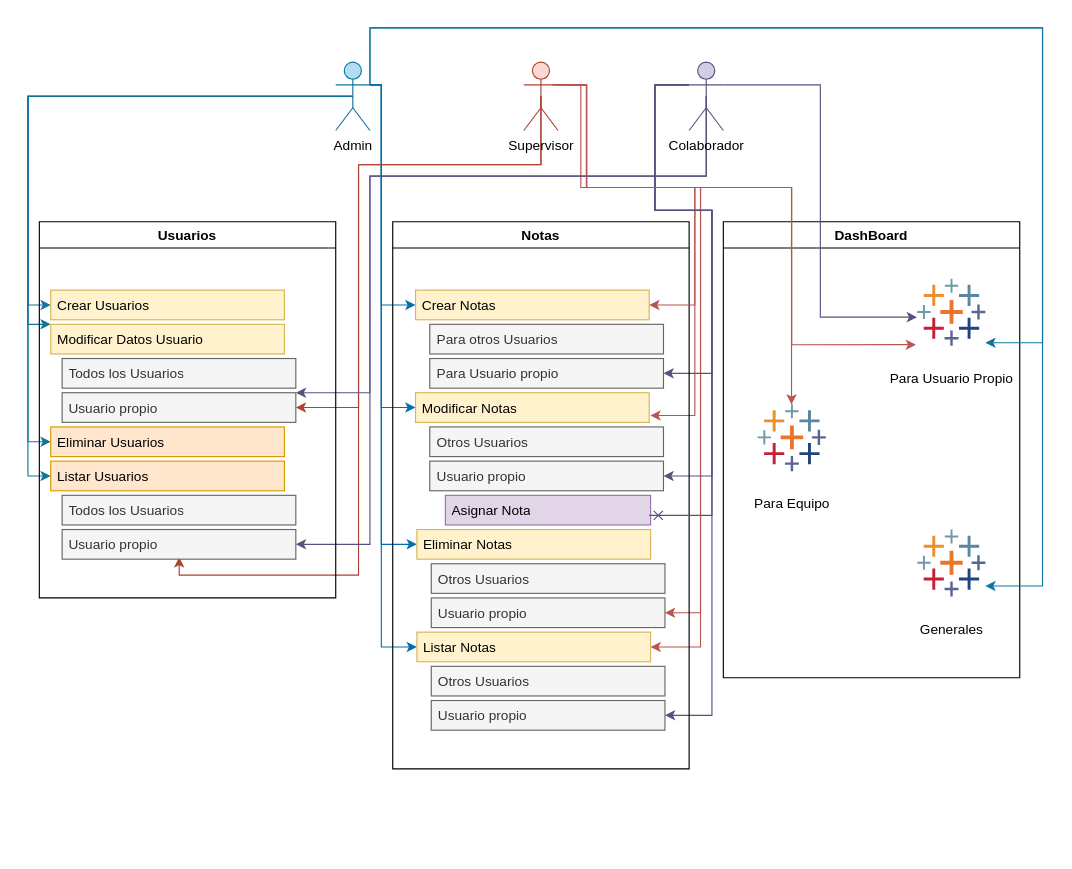
The draw.io diagram config/todoApp++.drawio in DANIELNAHUN/todo-app-, before the edit. Source tidied: cells renumbered, new cells numbered last; positions are measured from the earlier drawing's top-left corner, leaving out a move shared by most shapes. Both pictures are drawn from the tidied source at 114%, with x=0, y=0 at pixel (27, 27).
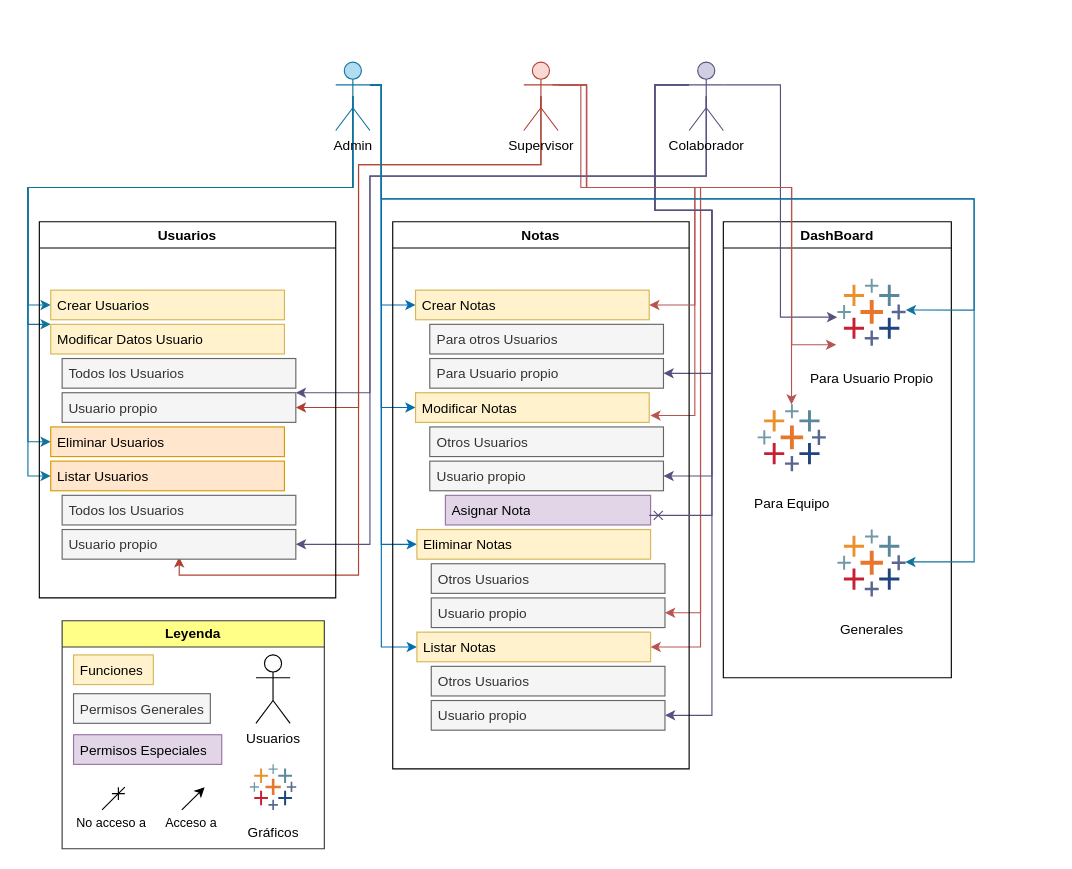
The same page after the edit.

The change refers to these unchanged cells:
```xml
<mxCell id="10" value="Admin" style="shape=umlActor;verticalLabelPosition=bottom;verticalAlign=top;html=1;outlineConnect=0;fillColor=#b1ddf0;strokeColor=#10739e;" parent="1" vertex="1">
  <mxGeometry x="270" y="30" width="30" height="60" as="geometry" />
</mxCell>
<mxCell id="24" value="Crear Usuarios" style="text;strokeColor=#d6b656;fillColor=#fff2cc;align=left;verticalAlign=top;spacingLeft=4;spacingRight=4;overflow=hidden;points=[[0,0.5],[1,0.5]];portConstraint=eastwest;whiteSpace=wrap;html=1;" parent="23" vertex="1">
  <mxGeometry x="10" y="60" width="205" height="26" as="geometry" />
</mxCell>
<mxCell id="25" value="Modificar Datos Usuario" style="text;align=left;verticalAlign=top;spacingLeft=4;spacingRight=4;overflow=hidden;points=[[0,0.5],[1,0.5]];portConstraint=eastwest;whiteSpace=wrap;html=1;fillColor=#fff2cc;strokeColor=#d6b656;" parent="23" vertex="1">
  <mxGeometry x="10" y="90" width="205" height="26" as="geometry" />
</mxCell>
<mxCell id="26" value="Eliminar Usuarios" style="text;strokeColor=#d79b00;fillColor=#ffe6cc;align=left;verticalAlign=top;spacingLeft=4;spacingRight=4;overflow=hidden;points=[[0,0.5],[1,0.5]];portConstraint=eastwest;whiteSpace=wrap;html=1;" parent="23" vertex="1">
  <mxGeometry x="10" y="180" width="205" height="26" as="geometry" />
</mxCell>
<mxCell id="27" value="Listar Usuarios" style="text;strokeColor=#d79b00;fillColor=#ffe6cc;align=left;verticalAlign=top;spacingLeft=4;spacingRight=4;overflow=hidden;points=[[0,0.5],[1,0.5]];portConstraint=eastwest;whiteSpace=wrap;html=1;" parent="23" vertex="1">
  <mxGeometry x="10" y="210" width="205" height="26" as="geometry" />
</mxCell>
```

What changed in the source:
```diff
@@
     <mxCell id="2" style="edgeStyle=orthogonalEdgeStyle;rounded=0;jettySize=auto;html=1;exitX=0.5;exitY=0.5;exitDx=0;exitDy=0;exitPerimeter=0;entryX=0;entryY=0.5;entryDx=0;entryDy=0;fillColor=#b1ddf0;strokeColor=#10739e;" parent="1" edge="1" source="10" target="24">
       <mxGeometry relative="1" as="geometry">
         <Array as="points">
-          <mxPoint y="60" />
+          <mxPoint x="285" y="140" />
+          <mxPoint y="140" />
           <mxPoint y="243" />
         </Array>
       </mxGeometry>
     </mxCell>
     <mxCell id="3" style="edgeStyle=orthogonalEdgeStyle;rounded=0;jettySize=auto;html=1;exitX=0.5;exitY=0.5;exitDx=0;exitDy=0;exitPerimeter=0;fillColor=#b1ddf0;strokeColor=#10739e;" parent="1" edge="1" source="10" target="25">
       <mxGeometry relative="1" as="geometry">
         <Array as="points">
-          <mxPoint y="60" />
+          <mxPoint x="285" y="140" />
+          <mxPoint y="140" />
           <mxPoint y="260" />
         </Array>
       </mxGeometry>
     </mxCell>
     <mxCell id="4" style="edgeStyle=orthogonalEdgeStyle;rounded=0;jettySize=auto;html=1;exitX=0.5;exitY=0.5;exitDx=0;exitDy=0;exitPerimeter=0;entryX=0;entryY=0.5;entryDx=0;entryDy=0;fillColor=#b1ddf0;strokeColor=#10739e;" parent="1" edge="1" source="10" target="26">
       <mxGeometry relative="1" as="geometry">
         <Array as="points">
-          <mxPoint y="60" />
+          <mxPoint x="285" y="140" />
+          <mxPoint y="140" />
           <mxPoint y="363" />
         </Array>
       </mxGeometry>
     </mxCell>
     <mxCell id="5" style="edgeStyle=orthogonalEdgeStyle;rounded=0;jettySize=auto;html=1;exitX=0.5;exitY=0.5;exitDx=0;exitDy=0;exitPerimeter=0;fillColor=#b1ddf0;strokeColor=#10739e;entryX=0;entryY=0.5;entryDx=0;entryDy=0;" parent="1" edge="1" source="10" target="27">
       <mxGeometry relative="1" as="geometry">
         <Array as="points">
-          <mxPoint y="60" />
+          <mxPoint x="285" y="140" />
+          <mxPoint y="140" />
           <mxPoint y="393" />
         </Array>
       </mxGeometry>
     </mxCell>
@@
     <mxCell id="46" value="DashBoard" style="swimlane;" parent="1" vertex="1">
-      <mxGeometry x="610" y="170" width="260" height="400" as="geometry" />
+      <mxGeometry x="610" y="170" width="200" height="400" as="geometry" />
     </mxCell>
     <mxCell id="47" value="Para Usuario Propio" style="verticalLabelPosition=bottom;html=1;shape=mxgraph.salesforce.analytics;" parent="46" vertex="1">
-      <mxGeometry x="170" y="50" width="60" height="58.8" as="geometry" />
+      <mxGeometry x="100" y="50" width="60" height="58.8" as="geometry" />
     </mxCell>
@@
     <mxCell id="49" value="Generales" style="verticalLabelPosition=bottom;html=1;shape=mxgraph.salesforce.analytics;" parent="46" vertex="1">
-      <mxGeometry x="170" y="270" width="60" height="58.8" as="geometry" />
+      <mxGeometry x="100" y="270" width="60" height="58.8" as="geometry" />
     </mxCell>
@@
-    <mxCell id="55" style="edgeStyle=orthogonalEdgeStyle;rounded=0;jettySize=auto;html=1;exitX=1;exitY=0.3333333333333333;exitDx=0;exitDy=0;exitPerimeter=0;entryX=0.999;entryY=0.955;entryDx=0;entryDy=0;entryPerimeter=0;fillColor=#b1ddf0;strokeColor=#10739e;" parent="1" edge="1" source="10" target="47">
+    <mxCell id="55" style="edgeStyle=orthogonalEdgeStyle;rounded=0;jettySize=auto;html=1;exitX=1;exitY=0.3333333333333333;exitDx=0;exitDy=0;exitPerimeter=0;entryX=1.003;entryY=0.467;entryDx=0;entryDy=0;entryPerimeter=0;fillColor=#b1ddf0;strokeColor=#10739e;" parent="1" edge="1" source="10" target="47">
       <mxGeometry relative="1" as="geometry">
         <Array as="points">
-          <mxPoint x="300" />
-          <mxPoint x="890" />
-          <mxPoint x="890" y="276" />
+          <mxPoint x="310" y="50" />
+          <mxPoint x="310" y="150" />
+          <mxPoint x="830" y="150" />
+          <mxPoint x="830" y="247" />
+          <mxPoint x="770" y="247" />
         </Array>
       </mxGeometry>
     </mxCell>
-    <mxCell id="56" style="edgeStyle=orthogonalEdgeStyle;rounded=0;jettySize=auto;html=1;exitX=1;exitY=0.3333333333333333;exitDx=0;exitDy=0;exitPerimeter=0;entryX=0.999;entryY=0.842;entryDx=0;entryDy=0;entryPerimeter=0;fillColor=#b1ddf0;strokeColor=#10739e;" parent="1" edge="1" source="10" target="49">
+    <mxCell id="56" style="edgeStyle=orthogonalEdgeStyle;rounded=0;jettySize=auto;html=1;exitX=1;exitY=0.3333333333333333;exitDx=0;exitDy=0;exitPerimeter=0;entryX=0.995;entryY=0.483;entryDx=0;entryDy=0;entryPerimeter=0;fillColor=#b1ddf0;strokeColor=#10739e;" parent="1" edge="1" source="10" target="49">
       <mxGeometry relative="1" as="geometry">
         <Array as="points">
-          <mxPoint x="300" />
-          <mxPoint x="890" />
-          <mxPoint x="890" y="490" />
+          <mxPoint x="310" y="50" />
+          <mxPoint x="310" y="150" />
+          <mxPoint x="830" y="150" />
+          <mxPoint x="830" y="468" />
+          <mxPoint x="770" y="468" />
         </Array>
       </mxGeometry>
     </mxCell>
+    <mxCell id="57" value="Leyenda" style="swimlane;whiteSpace=wrap;html=1;fillColor=#ffff88;strokeColor=#36393d;gradientColor=none;swimlaneFillColor=none;" parent="1" vertex="1">
+      <mxGeometry x="30" y="520" width="230" height="200" as="geometry" />
+    </mxCell>
+    <mxCell id="58" value="Funciones" style="text;strokeColor=#d6b656;fillColor=#fff2cc;align=left;verticalAlign=top;spacingLeft=4;spacingRight=4;overflow=hidden;whiteSpace=wrap;html=1;" parent="57" vertex="1">
+      <mxGeometry x="10" y="30" width="70" height="26" as="geometry" />
+    </mxCell>
+    <mxCell id="59" value="Permisos Generales" style="text;strokeColor=#666666;fillColor=#f5f5f5;align=left;verticalAlign=top;spacingLeft=4;spacingRight=4;overflow=hidden;whiteSpace=wrap;html=1;fontColor=#333333;" parent="57" vertex="1">
+      <mxGeometry x="10" y="64" width="120" height="26" as="geometry" />
+    </mxCell>
+    <mxCell id="60" value="Permisos Especiales" style="text;strokeColor=#9673a6;fillColor=#e1d5e7;align=left;verticalAlign=top;spacingLeft=4;spacingRight=4;overflow=hidden;whiteSpace=wrap;html=1;" parent="57" vertex="1">
+      <mxGeometry x="10" y="100" width="130" height="26" as="geometry" />
+    </mxCell>
+    <mxCell id="61" value="Usuarios" style="shape=umlActor;verticalLabelPosition=bottom;verticalAlign=top;html=1;" parent="57" vertex="1">
+      <mxGeometry x="170" y="30" width="30" height="60" as="geometry" />
+    </mxCell>
+    <mxCell id="62" style="endArrow=classic;html=1;rounded=0;" parent="57" edge="1">
+      <mxGeometry relative="1" as="geometry">
+        <mxPoint x="105" y="166" as="sourcePoint" />
+        <mxPoint x="125" y="146" as="targetPoint" />
+      </mxGeometry>
+    </mxCell>
+    <mxCell id="63" value="Acceso a" style="edgeLabel;html=1;align=center;verticalAlign=middle;" parent="62" vertex="1">
+      <mxGeometry x="-0.2" y="1" relative="1" as="geometry">
+        <mxPoint y="19" as="offset" />
+      </mxGeometry>
+    </mxCell>
+    <mxCell id="64" style="endArrow=cross;html=1;rounded=0;endFill=0;" parent="57" edge="1">
+      <mxGeometry relative="1" as="geometry">
+        <mxPoint x="35" y="166" as="sourcePoint" />
+        <mxPoint x="55" y="146" as="targetPoint" />
+      </mxGeometry>
+    </mxCell>
+    <mxCell id="65" value="No acceso a" style="edgeLabel;html=1;align=center;verticalAlign=middle;" parent="64" vertex="1">
+      <mxGeometry x="-0.2" y="1" relative="1" as="geometry">
+        <mxPoint y="19" as="offset" />
+      </mxGeometry>
+    </mxCell>
+    <mxCell id="66" value="Gráficos" style="verticalLabelPosition=bottom;html=1;shape=mxgraph.salesforce.analytics;" parent="57" vertex="1">
+      <mxGeometry x="164.6" y="126" width="40.8" height="40" as="geometry" />
+    </mxCell>
```
